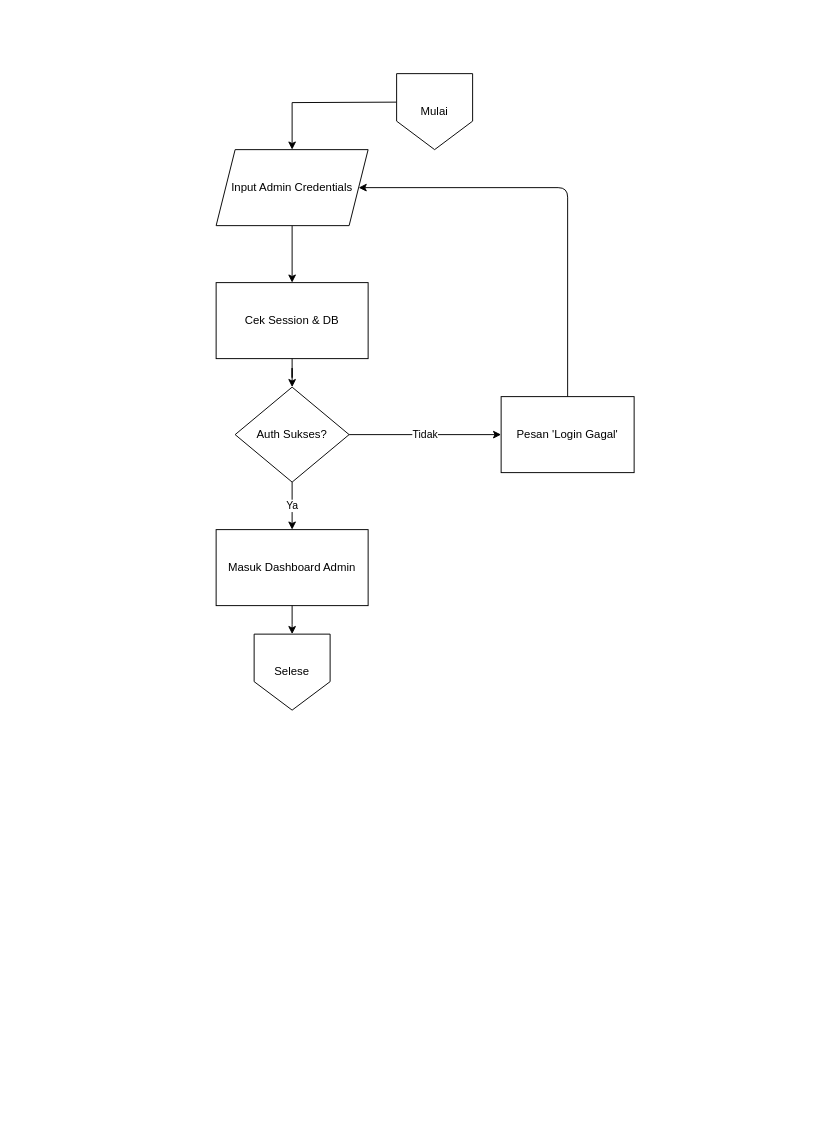
This is diagram/flowchart/admin_login.drawio from Jinsky/Jinsky, a draw.io file, before an edit. Source tidied: cells renumbered, new cells numbered last; positions are measured from the earlier drawing's top-left corner, leaving out a move shared by most shapes. Both pictures are drawn from the tidied source at 95%, with x=0, y=0 at pixel (16, 16).
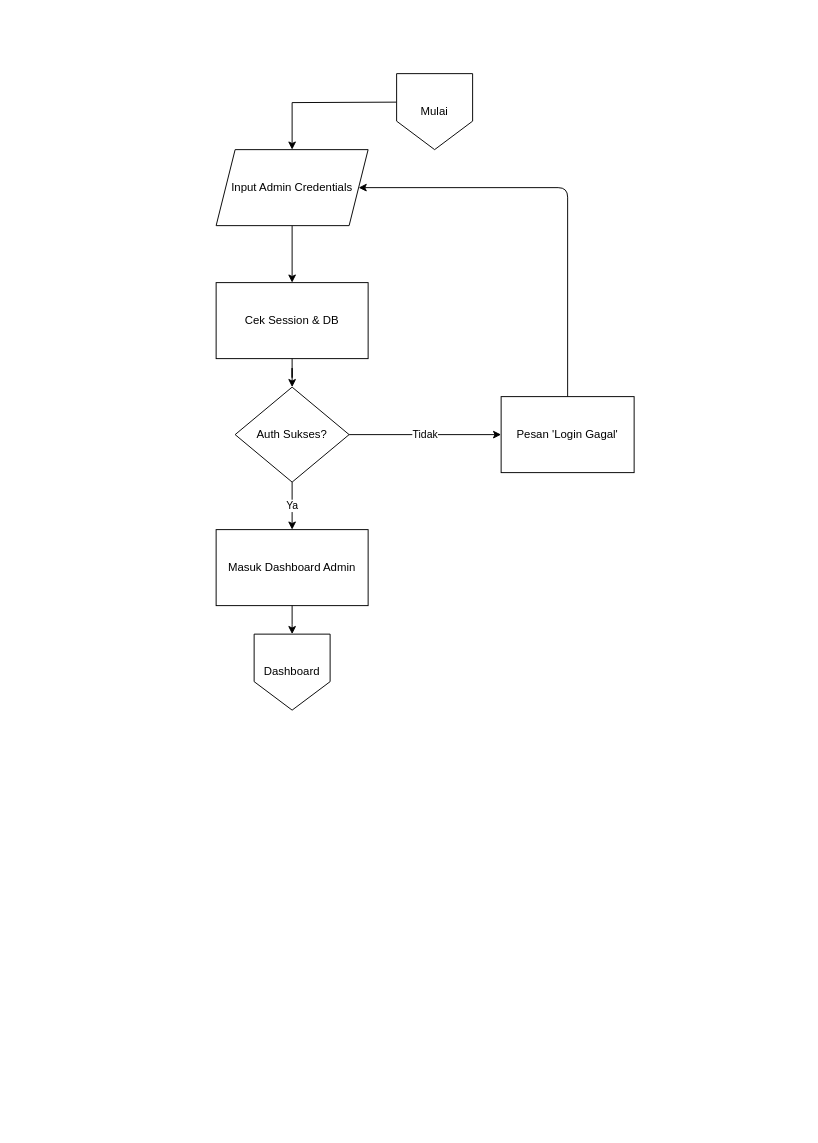
The same diagram, later.

Change to the diagram source:
```diff
@@
 <mxGraphModel>
   <root>
     <mxCell id="0" />
     <mxCell id="1" parent="0" />
     <mxCell id="2" style="rounded=0;whiteSpace=wrap;html=1;fillColor=#ffffff;strokeColor=none;" parent="1" vertex="1">
       <mxGeometry width="827" height="1169" as="geometry" />
     </mxCell>
     <mxCell id="3" style="edgeStyle=none;html=1;" parent="1" edge="1" source="4" target="5">
       <mxGeometry relative="1" as="geometry" />
     </mxCell>
     <mxCell id="4" value="Input Admin Credentials" style="shape=parallelogram;perimeter=parallelogramPerimeter;whiteSpace=wrap;html=1;fixedSize=1;fontSize=12;fillColor=#ffffff;strokeColor=#000000;" parent="1" vertex="1">
       <mxGeometry x="210" y="140" width="160" height="80" as="geometry" />
     </mxCell>
     <mxCell id="5" value="Cek Session &amp; DB" style="rounded=0;whiteSpace=wrap;html=1;fontSize=12;fillColor=#ffffff;strokeColor=#000000;" parent="1" vertex="1">
       <mxGeometry x="210" y="280" width="160" height="80" as="geometry" />
     </mxCell>
     <mxCell id="6" value="Auth Sukses?" style="rhombus;whiteSpace=wrap;html=1;fontSize=12;fillColor=#ffffff;strokeColor=#000000;" parent="1" vertex="1">
       <mxGeometry x="230" y="390" width="120" height="100" as="geometry" />
     </mxCell>
     <mxCell id="7" value="Masuk Dashboard Admin" style="rounded=0;whiteSpace=wrap;html=1;fontSize=12;fillColor=#ffffff;strokeColor=#000000;" parent="1" vertex="1">
       <mxGeometry x="210" y="540" width="160" height="80" as="geometry" />
     </mxCell>
     <mxCell id="8" style="edgeStyle=orthogonalEdgeStyle;html=1;entryX=1;entryY=0.5;entryDx=0;entryDy=0;exitX=0.5;exitY=0;exitDx=0;exitDy=0;" parent="1" edge="1" source="9" target="4">
       <mxGeometry relative="1" as="geometry">
         <Array as="points">
           <mxPoint x="580" y="180" />
         </Array>
       </mxGeometry>
     </mxCell>
     <mxCell id="9" value="Pesan 'Login Gagal'" style="rounded=0;whiteSpace=wrap;html=1;fontSize=12;fillColor=#ffffff;strokeColor=#000000;" parent="1" vertex="1">
       <mxGeometry x="510" y="400" width="140" height="80" as="geometry" />
     </mxCell>
     <mxCell id="10" style="edgeStyle=orthogonalEdgeStyle;rounded=0;jettySize=auto;html=1;strokeColor=#000000;fontSize=11;" parent="1" edge="1" target="4">
       <mxGeometry relative="1" as="geometry">
         <mxPoint x="400" y="90" as="sourcePoint" />
       </mxGeometry>
     </mxCell>
     <mxCell id="11" style="edgeStyle=orthogonalEdgeStyle;rounded=0;jettySize=auto;html=1;strokeColor=#000000;fontSize=11;" parent="1" edge="1" source="5" target="6">
       <mxGeometry relative="1" as="geometry" />
     </mxCell>
     <mxCell id="12" value="Ya" style="edgeStyle=orthogonalEdgeStyle;rounded=0;jettySize=auto;html=1;strokeColor=#000000;fontSize=11;" parent="1" edge="1" source="6" target="7">
       <mxGeometry relative="1" as="geometry" />
     </mxCell>
     <mxCell id="13" value="Tidak" style="edgeStyle=orthogonalEdgeStyle;rounded=0;jettySize=auto;html=1;strokeColor=#000000;fontSize=11;" parent="1" edge="1" source="6" target="9">
       <mxGeometry relative="1" as="geometry" />
     </mxCell>
     <mxCell id="14" style="edgeStyle=orthogonalEdgeStyle;rounded=0;jettySize=auto;html=1;strokeColor=#000000;fontSize=11;" parent="1" edge="1" source="7">
       <mxGeometry relative="1" as="geometry">
         <mxPoint x="290" y="650" as="targetPoint" />
       </mxGeometry>
     </mxCell>
     <mxCell id="15" value="Mulai" style="shape=offPageConnector;whiteSpace=wrap;html=1;" parent="1" vertex="1">
       <mxGeometry x="400" y="60" width="80" height="80" as="geometry" />
     </mxCell>
-    <mxCell id="16" value="Selese" style="shape=offPageConnector;whiteSpace=wrap;html=1;" parent="1" vertex="1">
+    <mxCell id="16" value="Dashboard" style="shape=offPageConnector;whiteSpace=wrap;html=1;" parent="1" vertex="1">
       <mxGeometry x="250" y="650" width="80" height="80" as="geometry" />
     </mxCell>
   </root>
 </mxGraphModel>
```
